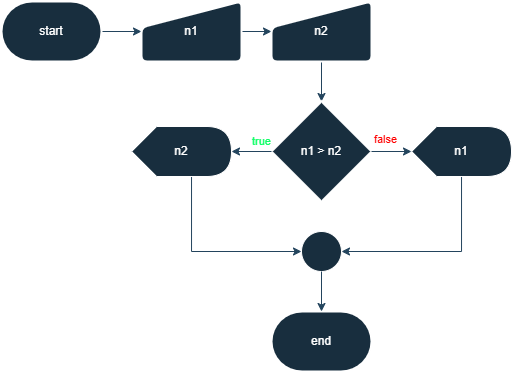
This is Parte-2/atividade1.png from kf-martins-uel/algoritmos-atividade1, a draw.io export, as it was before one commit. Source tidied: cells renumbered, new cells last; positions are measured from the earlier drawing's top-left corner, leaving out a move shared by most shapes.
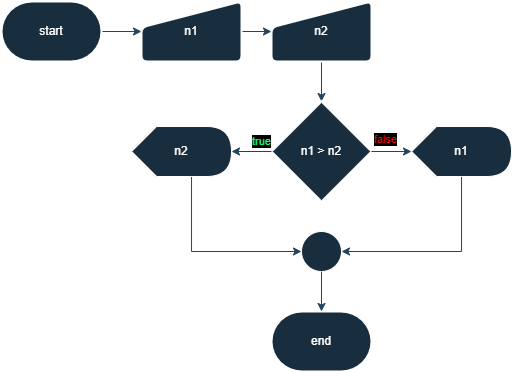
Later version of the same file.

The edit, as a diff of the source:
```diff
@@ -49,7 +49,7 @@
     <mxCell id="14" style="edgeStyle=orthogonalEdgeStyle;rounded=0;jettySize=auto;html=1;entryX=1;entryY=0.5;entryDx=0;entryDy=0;entryPerimeter=0;strokeColor=#23445D;" parent="1" edge="1" source="8" target="10">
       <mxGeometry relative="1" as="geometry" />
     </mxCell>
-    <mxCell id="15" value="&lt;font style=&quot;&quot;&gt;true&lt;/font&gt;" style="edgeLabel;html=1;align=center;verticalAlign=middle;strokeColor=#FFFFFF;fontColor=light-dark(#10FF67,#10FF67);fillColor=#182E3E;labelBackgroundColor=light-dark(#FFFFFF,#121212);" parent="14" vertex="1">
+    <mxCell id="15" value="&lt;font style=&quot;&quot;&gt;true&lt;/font&gt;" style="edgeLabel;html=1;align=center;verticalAlign=middle;strokeColor=#FFFFFF;fontColor=light-dark(#10FF67,#10FF67);fillColor=#182E3E;labelBackgroundColor=light-dark(#000000,#000000);" parent="14" vertex="1">
       <mxGeometry x="-0.27" y="3" relative="1" as="geometry">
         <mxPoint x="5" y="-13" as="offset" />
       </mxGeometry>
@@ -57,7 +57,7 @@
     <mxCell id="16" value="Text" style="text;html=1;align=center;verticalAlign=middle;strokeColor=none;fillColor=none;fontColor=#FFFFFF;" parent="1" vertex="1">
       <mxGeometry x="295" y="235" width="50" height="30" as="geometry" />
     </mxCell>
-    <mxCell id="17" value="&lt;font style=&quot;&quot;&gt;false&lt;/font&gt;" style="edgeLabel;html=1;align=center;verticalAlign=middle;strokeColor=#FFFFFF;fontColor=light-dark(#FF0000,#FF0000);fillColor=#182E3E;labelBackgroundColor=default;" parent="1" vertex="1">
+    <mxCell id="17" value="&lt;font style=&quot;&quot;&gt;false&lt;/font&gt;" style="edgeLabel;html=1;align=center;verticalAlign=middle;strokeColor=#FFFFFF;fontColor=light-dark(#FF0000,#FF0000);fillColor=#182E3E;labelBackgroundColor=light-dark(#000000,#000000);" parent="1" vertex="1">
       <mxGeometry x="380" y="130" as="geometry">
         <mxPoint x="4" y="8" as="offset" />
       </mxGeometry>
```
